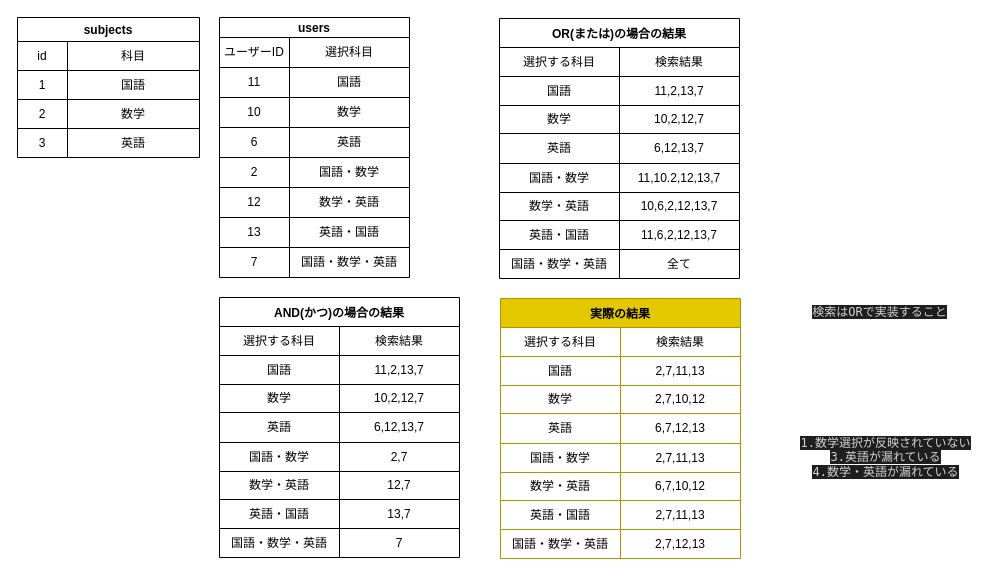
Above: page "検索機能実装" (4 of 4) of compass.dio in I-Kouta/compass (draw.io), before the change. Source tidied: cells renumbered, new cells numbered last; positions are measured from the earlier drawing's top-left corner, leaving out a move shared by most shapes. Both pictures are drawn from the tidied source at 100%, with x=0, y=0 at pixel (17, 17).
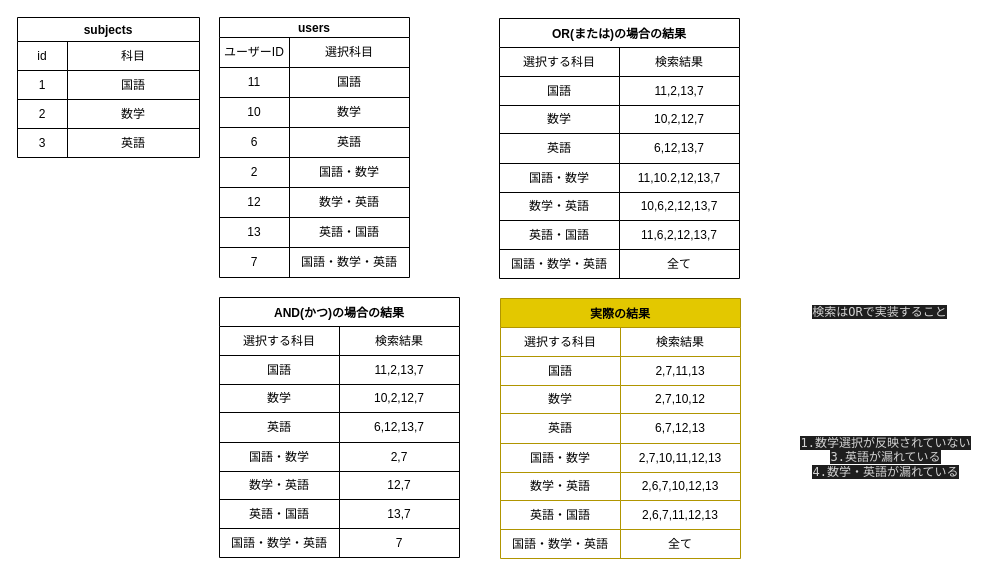
The same diagram, later.

Commit message (it also covers changes not shown here):
検索方法の変更

The change refers to these unchanged cells:
```xml
<mxCell id="103" style="shape=partialRectangle;html=1;whiteSpace=wrap;fillColor=none;top=0;left=0;bottom=0;right=0;" parent="90" vertex="1">
  <mxGeometry y="145" width="240" height="29" as="geometry" />
</mxCell>
<mxCell id="106" style="shape=partialRectangle;html=1;whiteSpace=wrap;fillColor=none;top=0;left=0;bottom=0;right=0;" parent="90" vertex="1">
  <mxGeometry y="174" width="240" height="28" as="geometry" />
</mxCell>
<mxCell id="109" style="shape=partialRectangle;html=1;whiteSpace=wrap;fillColor=none;top=0;left=0;bottom=0;right=0;" parent="90" vertex="1">
  <mxGeometry y="202" width="240" height="29" as="geometry" />
</mxCell>
<mxCell id="112" style="shape=partialRectangle;html=1;whiteSpace=wrap;fillColor=none;top=0;left=0;bottom=0;right=0;" parent="90" vertex="1">
  <mxGeometry y="231" width="240" height="29" as="geometry" />
</mxCell>
```

The edit, as a diff of the source:
```diff
@@
-    <mxCell id="105" value="2,7,11,13" style="shape=partialRectangle;html=1;whiteSpace=wrap;fillColor=none;top=0;left=0;bottom=0;right=0;overflow=hidden;" parent="103" vertex="1">
+    <mxCell id="105" value="2,7,10,11,12,13" style="shape=partialRectangle;html=1;whiteSpace=wrap;fillColor=none;top=0;left=0;bottom=0;right=0;overflow=hidden;" parent="103" vertex="1">
       <mxGeometry x="120" width="120" height="29" as="geometry" />
     </mxCell>
@@
-    <mxCell id="108" value="6,7,10,12" style="shape=partialRectangle;html=1;whiteSpace=wrap;fillColor=none;top=0;left=0;bottom=0;right=0;overflow=hidden;" parent="106" vertex="1">
+    <mxCell id="108" value="2,6,7,10,12,13" style="shape=partialRectangle;html=1;whiteSpace=wrap;fillColor=none;top=0;left=0;bottom=0;right=0;overflow=hidden;" parent="106" vertex="1">
       <mxGeometry x="120" width="120" height="28" as="geometry" />
     </mxCell>
@@
-    <mxCell id="111" value="2,7,11,13" style="shape=partialRectangle;html=1;whiteSpace=wrap;fillColor=none;top=0;left=0;bottom=0;right=0;overflow=hidden;" parent="109" vertex="1">
+    <mxCell id="111" value="2,6,7,11,12,13" style="shape=partialRectangle;html=1;whiteSpace=wrap;fillColor=none;top=0;left=0;bottom=0;right=0;overflow=hidden;" parent="109" vertex="1">
       <mxGeometry x="120" width="120" height="29" as="geometry" />
     </mxCell>
@@
-    <mxCell id="114" value="2,7,12,13" style="shape=partialRectangle;html=1;whiteSpace=wrap;fillColor=none;top=0;left=0;bottom=0;right=0;overflow=hidden;" parent="112" vertex="1">
+    <mxCell id="114" value="全て" style="shape=partialRectangle;html=1;whiteSpace=wrap;fillColor=none;top=0;left=0;bottom=0;right=0;overflow=hidden;" parent="112" vertex="1">
       <mxGeometry x="120" width="120" height="29" as="geometry" />
     </mxCell>
```
